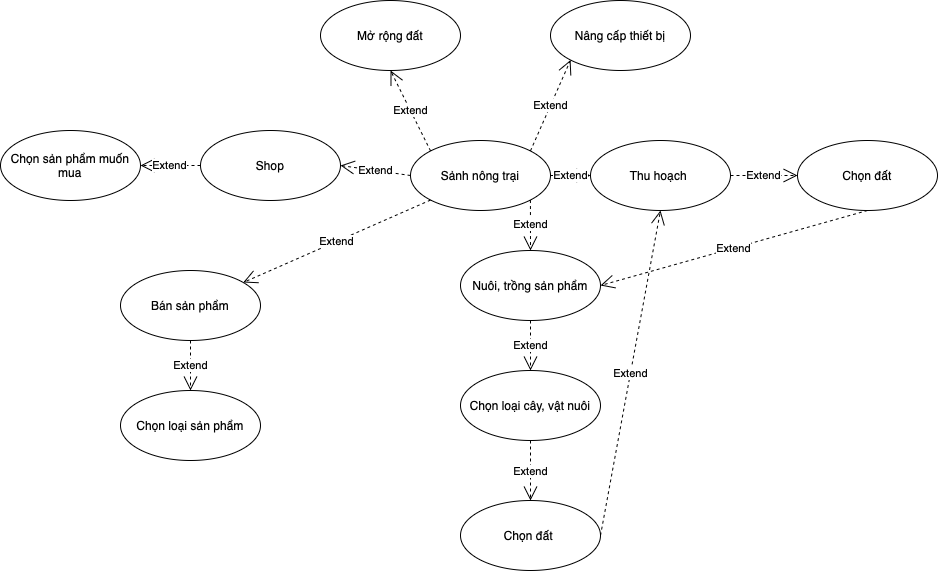
The draw.io diagram Document/UCFarmOfUser.png in Weedlly/WolffunFarm, before a commit. Source tidied: cells renumbered, new cells last; positions are measured from the earlier drawing's top-left corner, leaving out a move shared by most shapes.
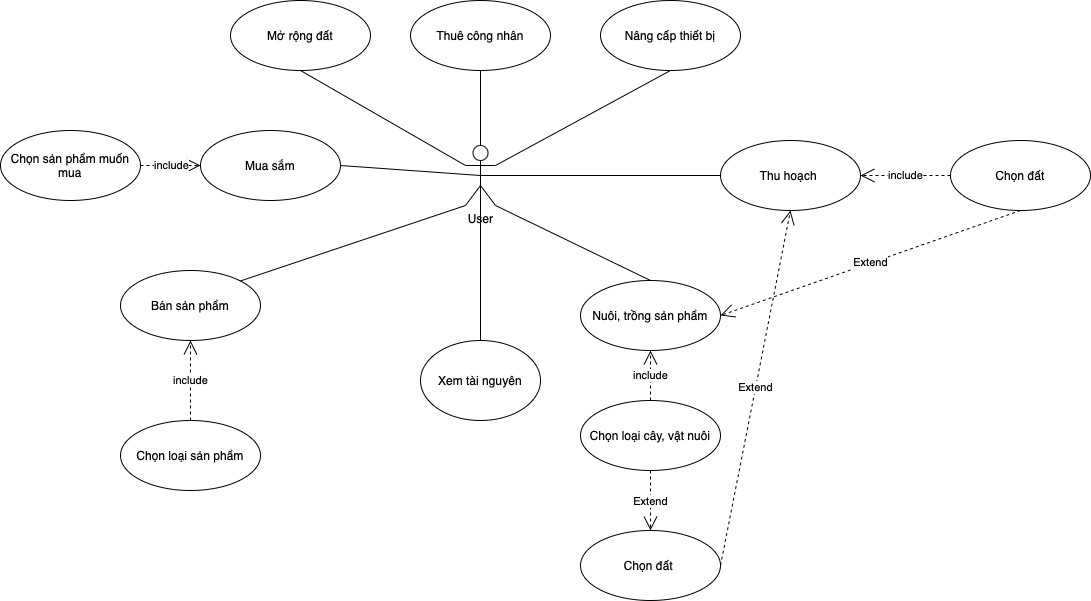
Above is the later version.

Change to the diagram source:
```diff
@@ -2,80 +2,92 @@
   <root>
     <mxCell id="0" />
     <mxCell id="1" parent="0" />
-    <mxCell id="2" value="Sảnh nông trại" style="ellipse;whiteSpace=wrap;html=1;" parent="1" vertex="1">
-      <mxGeometry x="410" y="140" width="140" height="70" as="geometry" />
-    </mxCell>
     <mxCell id="3" value="Nâng cấp thiết bị" style="ellipse;whiteSpace=wrap;html=1;" parent="1" vertex="1">
-      <mxGeometry x="550" width="140" height="70" as="geometry" />
+      <mxGeometry x="600" width="140" height="70" as="geometry" />
     </mxCell>
     <mxCell id="4" value="Thu hoạch&amp;nbsp;" style="ellipse;whiteSpace=wrap;html=1;" parent="1" vertex="1">
-      <mxGeometry x="590" y="140" width="140" height="70" as="geometry" />
+      <mxGeometry x="720" y="140" width="140" height="70" as="geometry" />
     </mxCell>
     <mxCell id="5" value="Bán sản phẩm" style="ellipse;whiteSpace=wrap;html=1;" parent="1" vertex="1">
       <mxGeometry x="120" y="270" width="140" height="70" as="geometry" />
     </mxCell>
     <mxCell id="6" value="Nuôi, trồng sản phẩm" style="ellipse;whiteSpace=wrap;html=1;" parent="1" vertex="1">
-      <mxGeometry x="460" y="250" width="140" height="70" as="geometry" />
+      <mxGeometry x="580" y="280" width="140" height="70" as="geometry" />
     </mxCell>
     <mxCell id="7" value="Chọn loại cây, vật nuôi" style="ellipse;whiteSpace=wrap;html=1;" parent="1" vertex="1">
-      <mxGeometry x="460" y="370" width="140" height="70" as="geometry" />
+      <mxGeometry x="580" y="400" width="140" height="70" as="geometry" />
     </mxCell>
     <mxCell id="8" value="Chọn đất&amp;nbsp;" style="ellipse;whiteSpace=wrap;html=1;" parent="1" vertex="1">
-      <mxGeometry x="460" y="500" width="140" height="70" as="geometry" />
+      <mxGeometry x="580" y="530" width="140" height="70" as="geometry" />
     </mxCell>
     <mxCell id="9" value="Chọn loại sản phẩm" style="ellipse;whiteSpace=wrap;html=1;" parent="1" vertex="1">
-      <mxGeometry x="120" y="390" width="140" height="70" as="geometry" />
+      <mxGeometry x="120" y="420" width="140" height="70" as="geometry" />
     </mxCell>
     <mxCell id="10" value="Chọn đất" style="ellipse;whiteSpace=wrap;html=1;" parent="1" vertex="1">
-      <mxGeometry x="797" y="140" width="140" height="70" as="geometry" />
+      <mxGeometry x="950" y="140" width="140" height="70" as="geometry" />
     </mxCell>
     <mxCell id="11" value="Mở rộng đất" style="ellipse;whiteSpace=wrap;html=1;" parent="1" vertex="1">
-      <mxGeometry x="320" width="140" height="70" as="geometry" />
+      <mxGeometry x="230" width="140" height="70" as="geometry" />
     </mxCell>
-    <mxCell id="12" value="Shop" style="ellipse;whiteSpace=wrap;html=1;" parent="1" vertex="1">
+    <mxCell id="12" value="Mua sắm" style="ellipse;whiteSpace=wrap;html=1;" parent="1" vertex="1">
       <mxGeometry x="200" y="130" width="140" height="70" as="geometry" />
     </mxCell>
     <mxCell id="13" value="Chọn sản phẩm muốn mua" style="ellipse;whiteSpace=wrap;html=1;" parent="1" vertex="1">
       <mxGeometry y="130" width="140" height="70" as="geometry" />
     </mxCell>
-    <mxCell id="14" value="Extend" style="endArrow=open;endSize=12;dashed=1;html=1;rounded=0;exitX=0;exitY=1;exitDx=0;exitDy=0;" parent="1" edge="1" source="2" target="5">
-      <mxGeometry relative="1" as="geometry" />
-    </mxCell>
-    <mxCell id="15" value="Extend" style="endArrow=open;endSize=12;dashed=1;html=1;rounded=0;exitX=1;exitY=0.5;exitDx=0;exitDy=0;entryX=0;entryY=0.5;entryDx=0;entryDy=0;" parent="1" edge="1" source="2" target="4">
-      <mxGeometry relative="1" as="geometry" />
-    </mxCell>
-    <mxCell id="16" value="Extend" style="endArrow=open;endSize=12;dashed=1;html=1;rounded=0;exitX=1;exitY=0;exitDx=0;exitDy=0;entryX=0;entryY=1;entryDx=0;entryDy=0;" parent="1" edge="1" source="2" target="3">
-      <mxGeometry relative="1" as="geometry" />
-    </mxCell>
-    <mxCell id="17" value="Extend" style="endArrow=open;endSize=12;dashed=1;html=1;rounded=0;exitX=0;exitY=0;exitDx=0;exitDy=0;entryX=0.5;entryY=1;entryDx=0;entryDy=0;" parent="1" edge="1" source="2" target="11">
-      <mxGeometry relative="1" as="geometry" />
-    </mxCell>
-    <mxCell id="18" value="Extend" style="endArrow=open;endSize=12;dashed=1;html=1;rounded=0;exitX=0;exitY=0.5;exitDx=0;exitDy=0;entryX=1;entryY=0.5;entryDx=0;entryDy=0;" parent="1" edge="1" source="2" target="12">
-      <mxGeometry relative="1" as="geometry" />
-    </mxCell>
-    <mxCell id="19" value="Extend" style="endArrow=open;endSize=12;dashed=1;html=1;rounded=0;exitX=1;exitY=1;exitDx=0;exitDy=0;entryX=0.5;entryY=0;entryDx=0;entryDy=0;" parent="1" edge="1" source="2" target="6">
-      <mxGeometry relative="1" as="geometry" />
-    </mxCell>
-    <mxCell id="20" value="Extend" style="endArrow=open;endSize=12;dashed=1;html=1;rounded=0;exitX=0;exitY=0.5;exitDx=0;exitDy=0;entryX=1;entryY=0.5;entryDx=0;entryDy=0;" parent="1" edge="1" source="12" target="13">
-      <mxGeometry relative="1" as="geometry" />
-    </mxCell>
-    <mxCell id="21" value="Extend" style="endArrow=open;endSize=12;dashed=1;html=1;rounded=0;exitX=1;exitY=0.5;exitDx=0;exitDy=0;entryX=0;entryY=0.5;entryDx=0;entryDy=0;" parent="1" edge="1" source="4" target="10">
-      <mxGeometry relative="1" as="geometry" />
-    </mxCell>
-    <mxCell id="22" value="Extend" style="endArrow=open;endSize=12;dashed=1;html=1;rounded=0;exitX=0.5;exitY=1;exitDx=0;exitDy=0;entryX=0.5;entryY=0;entryDx=0;entryDy=0;" parent="1" edge="1" source="6" target="7">
-      <mxGeometry relative="1" as="geometry" />
-    </mxCell>
     <mxCell id="23" value="Extend" style="endArrow=open;endSize=12;dashed=1;html=1;rounded=0;exitX=0.5;exitY=1;exitDx=0;exitDy=0;entryX=0.5;entryY=0;entryDx=0;entryDy=0;" parent="1" edge="1" source="7" target="8">
       <mxGeometry relative="1" as="geometry" />
     </mxCell>
-    <mxCell id="24" value="Extend" style="endArrow=open;endSize=12;dashed=1;html=1;rounded=0;exitX=0.5;exitY=1;exitDx=0;exitDy=0;entryX=0.5;entryY=0;entryDx=0;entryDy=0;" parent="1" edge="1" source="5" target="9">
-      <mxGeometry relative="1" as="geometry" />
-    </mxCell>
     <mxCell id="25" value="Extend" style="endArrow=open;endSize=12;dashed=1;html=1;rounded=0;exitX=0.5;exitY=1;exitDx=0;exitDy=0;entryX=1;entryY=0.5;entryDx=0;entryDy=0;" parent="1" edge="1" source="10" target="6">
       <mxGeometry relative="1" as="geometry" />
     </mxCell>
     <mxCell id="26" value="Extend" style="endArrow=open;endSize=12;dashed=1;html=1;rounded=0;exitX=1;exitY=0.5;exitDx=0;exitDy=0;entryX=0.5;entryY=1;entryDx=0;entryDy=0;" parent="1" edge="1" source="8" target="4">
       <mxGeometry relative="1" as="geometry" />
     </mxCell>
+    <mxCell id="27" value="User" style="shape=umlActor;verticalLabelPosition=bottom;verticalAlign=top;html=1;" parent="1" vertex="1">
+      <mxGeometry x="465" y="145" width="30" height="60" as="geometry" />
+    </mxCell>
+    <mxCell id="28" style="endArrow=none;html=1;rounded=0;exitX=0.5;exitY=0.5;exitDx=0;exitDy=0;exitPerimeter=0;entryX=0.5;entryY=0;entryDx=0;entryDy=0;" parent="1" edge="1" source="27" target="30">
+      <mxGeometry relative="1" as="geometry" />
+    </mxCell>
+    <mxCell id="29" value="Thuê công nhân" style="ellipse;whiteSpace=wrap;html=1;" parent="1" vertex="1">
+      <mxGeometry x="410" width="140" height="70" as="geometry" />
+    </mxCell>
+    <mxCell id="30" value="Xem tài nguyên" style="ellipse;whiteSpace=wrap;html=1;" parent="1" vertex="1">
+      <mxGeometry x="420" y="340" width="120" height="80" as="geometry" />
+    </mxCell>
+    <mxCell id="31" value="include" style="endArrow=open;endSize=12;dashed=1;html=1;rounded=0;exitX=1;exitY=0.5;exitDx=0;exitDy=0;entryX=0;entryY=0.5;entryDx=0;entryDy=0;" parent="1" edge="1" source="13" target="12">
+      <mxGeometry relative="1" as="geometry" />
+    </mxCell>
+    <mxCell id="32" value="include" style="endArrow=open;endSize=12;dashed=1;html=1;rounded=0;exitX=0.5;exitY=0;exitDx=0;exitDy=0;entryX=0.5;entryY=1;entryDx=0;entryDy=0;" parent="1" edge="1" source="9" target="5">
+      <mxGeometry relative="1" as="geometry" />
+    </mxCell>
+    <mxCell id="33" value="include" style="endArrow=open;endSize=12;dashed=1;html=1;rounded=0;exitX=0.5;exitY=0;exitDx=0;exitDy=0;entryX=0.5;entryY=1;entryDx=0;entryDy=0;" parent="1" edge="1" source="7" target="6">
+      <mxGeometry relative="1" as="geometry" />
+    </mxCell>
+    <mxCell id="34" value="include" style="endArrow=open;endSize=12;dashed=1;html=1;rounded=0;exitX=0;exitY=0.5;exitDx=0;exitDy=0;entryX=1;entryY=0.5;entryDx=0;entryDy=0;" parent="1" edge="1" source="10" target="4">
+      <mxGeometry relative="1" as="geometry" />
+    </mxCell>
+    <mxCell id="35" style="endArrow=none;html=1;rounded=0;exitX=0;exitY=0.5;exitDx=0;exitDy=0;entryX=0.5;entryY=0.5;entryDx=0;entryDy=0;entryPerimeter=0;" parent="1" edge="1" source="4" target="27">
+      <mxGeometry relative="1" as="geometry" />
+    </mxCell>
+    <mxCell id="36" style="endArrow=none;html=1;rounded=0;exitX=0.5;exitY=0;exitDx=0;exitDy=0;entryX=1;entryY=1;entryDx=0;entryDy=0;entryPerimeter=0;" parent="1" edge="1" source="6" target="27">
+      <mxGeometry relative="1" as="geometry" />
+    </mxCell>
+    <mxCell id="37" style="endArrow=none;html=1;rounded=0;exitX=1;exitY=0;exitDx=0;exitDy=0;entryX=0;entryY=1;entryDx=0;entryDy=0;entryPerimeter=0;" parent="1" edge="1" source="5" target="27">
+      <mxGeometry relative="1" as="geometry" />
+    </mxCell>
+    <mxCell id="38" style="endArrow=none;html=1;rounded=0;exitX=0.5;exitY=1;exitDx=0;exitDy=0;entryX=0;entryY=0.3333333333333333;entryDx=0;entryDy=0;entryPerimeter=0;" parent="1" edge="1" source="11" target="27">
+      <mxGeometry relative="1" as="geometry" />
+    </mxCell>
+    <mxCell id="39" style="endArrow=none;html=1;rounded=0;exitX=1;exitY=0.5;exitDx=0;exitDy=0;entryX=0.5;entryY=0.5;entryDx=0;entryDy=0;entryPerimeter=0;" parent="1" edge="1" source="12" target="27">
+      <mxGeometry relative="1" as="geometry" />
+    </mxCell>
+    <mxCell id="40" style="endArrow=none;html=1;rounded=0;exitX=0.5;exitY=1;exitDx=0;exitDy=0;entryX=1;entryY=0.3333333333333333;entryDx=0;entryDy=0;entryPerimeter=0;" parent="1" edge="1" source="3" target="27">
+      <mxGeometry relative="1" as="geometry" />
+    </mxCell>
+    <mxCell id="41" style="endArrow=none;html=1;rounded=0;exitX=0.5;exitY=1;exitDx=0;exitDy=0;entryX=0.5;entryY=0;entryDx=0;entryDy=0;entryPerimeter=0;" parent="1" edge="1" source="29" target="27">
+      <mxGeometry relative="1" as="geometry" />
+    </mxCell>
   </root>
 </mxGraphModel>
```
